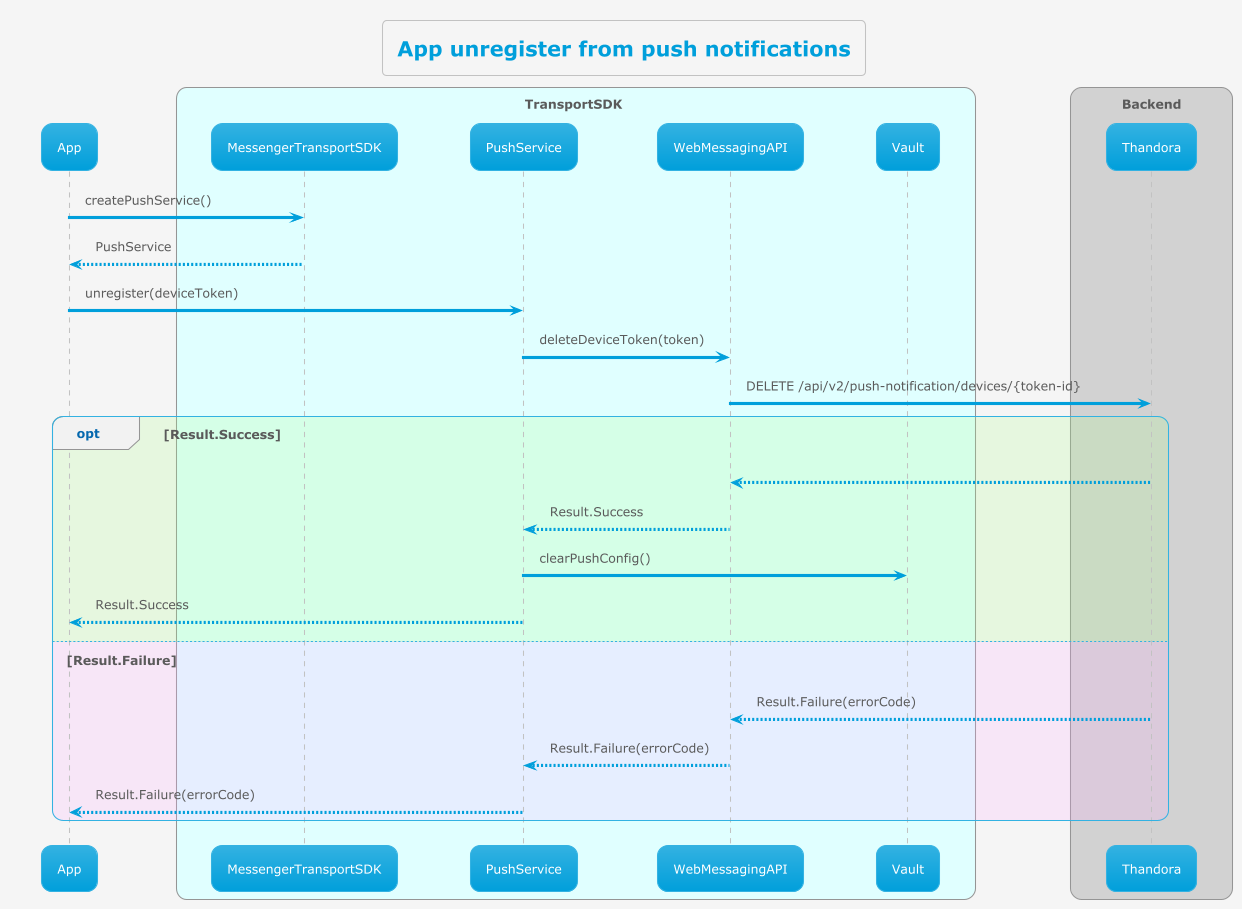
Before: transport/uml/push/app_unregister_from_push-App_unregister_from_push_notifications.png, a diagram exported from PlantUML (MyPureCloud/genesys-messenger-transport-mobile-sdk). Its diagram source:
```plantuml
@startuml

!theme bluegray
!pragma teoz true


skinparam backgroundColor #whitesmoke
title App unregister from push notifications

participant App
box TransportSDK #lightcyan
participant MessengerTransportSDK
participant PushService
participant WebMessagingAPI
participant Vault
end box
box Backend
participant Thandora
end box

	App -> MessengerTransportSDK : createPushService()
	MessengerTransportSDK --> App : PushService
	App -> PushService : unregister(deviceToken)
    PushService -> WebMessagingAPI : deleteDeviceToken(token)
    WebMessagingAPI -> Thandora : DELETE /api/v2/push-notification/devices/{token-id}
    opt #aaff8833 Result.Success
	    Thandora --> WebMessagingAPI
	    WebMessagingAPI --> PushService: Result.Success
	    PushService -> Vault : clearPushConfig()
	    PushService --> App : Result.Success
	    else #ffaaff33 Result.Failure
	    Thandora --> WebMessagingAPI: Result.Failure(errorCode)
	    WebMessagingAPI --> PushService: Result.Failure(errorCode)
	    PushService --> App: Result.Failure(errorCode)
	    end
@enduml
```
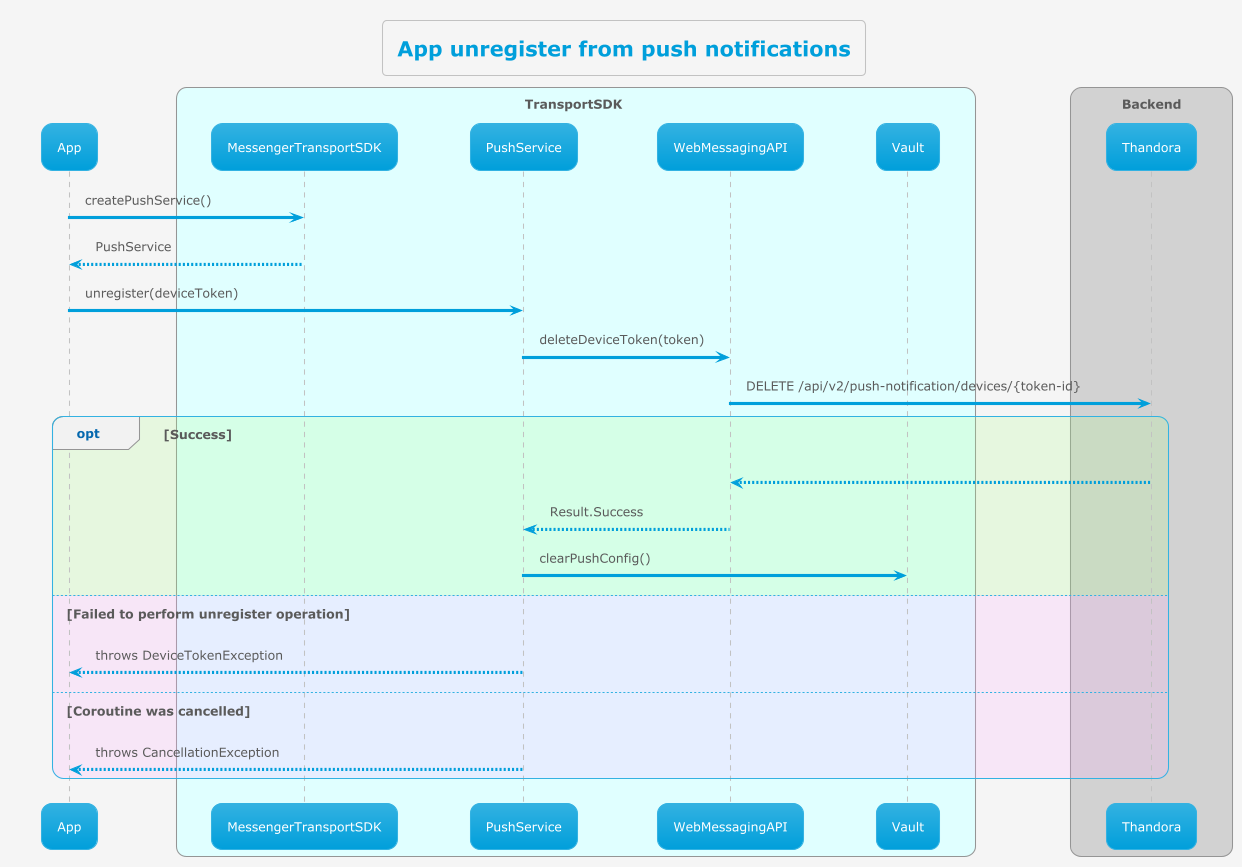
The same diagram one commit later.

Change to the diagram source:
```diff
@@ -23,14 +23,13 @@
 	App -> PushService : unregister(deviceToken)
     PushService -> WebMessagingAPI : deleteDeviceToken(token)
     WebMessagingAPI -> Thandora : DELETE /api/v2/push-notification/devices/{token-id}
-    opt #aaff8833 Result.Success
+    opt #aaff8833 Success
 	    Thandora --> WebMessagingAPI
 	    WebMessagingAPI --> PushService: Result.Success
 	    PushService -> Vault : clearPushConfig()
-	    PushService --> App : Result.Success
-	    else #ffaaff33 Result.Failure
-	    Thandora --> WebMessagingAPI: Result.Failure(errorCode)
-	    WebMessagingAPI --> PushService: Result.Failure(errorCode)
-	    PushService --> App: Result.Failure(errorCode)
+	    else #ffaaff33 Failed to perform unregister operation
+        PushService --> App : throws DeviceTokenException
+        else #ffaaff33 Coroutine was cancelled
+        PushService --> App : throws CancellationException
 	    end
 @enduml
```
